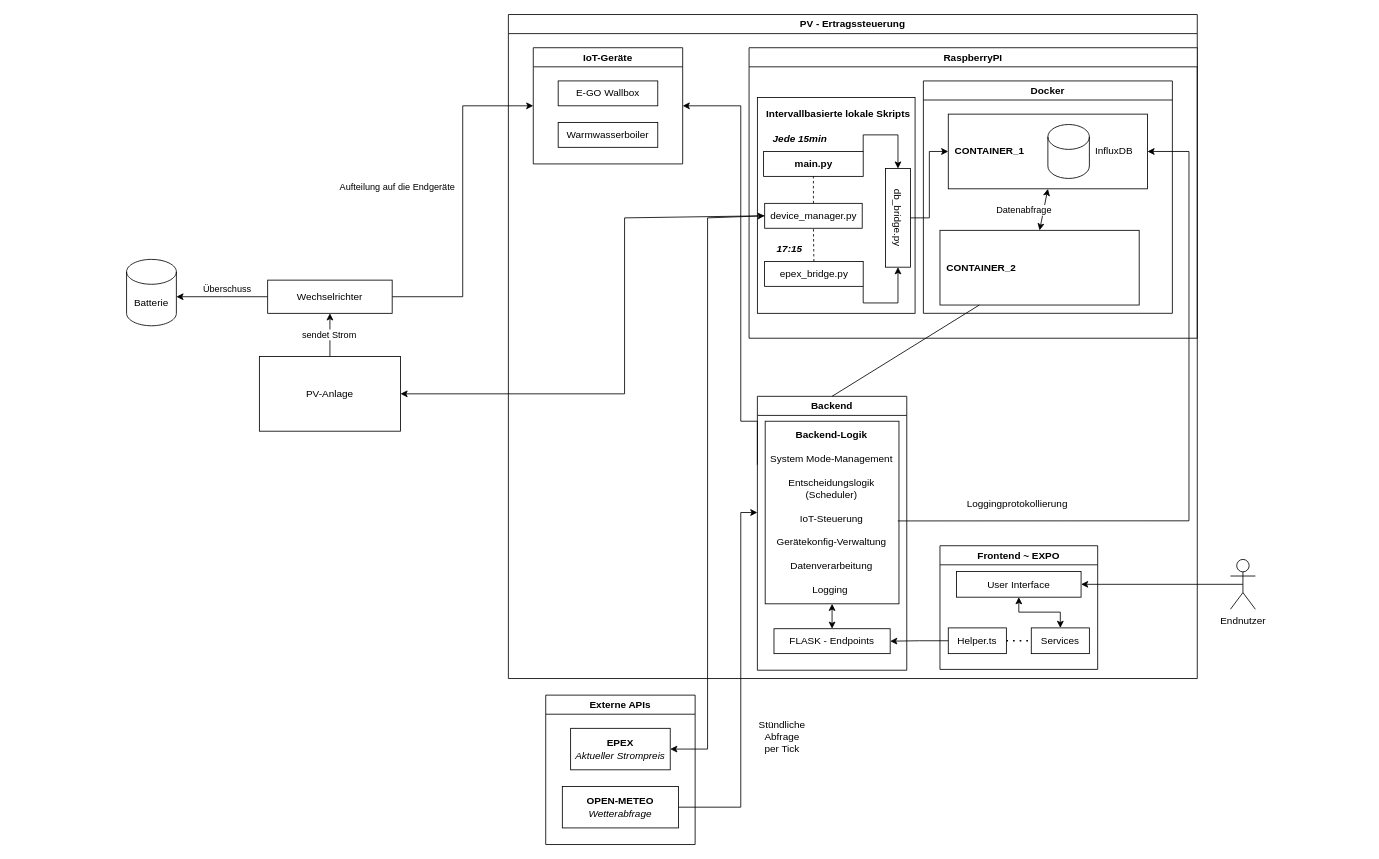
jonasaberger/DIPL_Ertragssteuerung_PV keeps this draw.io diagram as 00_Docs/02_Diagramme/PV-Ertragssteuerung.drawio. Above is the earlier version. Source tidied: cells renumbered, new cells numbered last; positions are measured from the earlier drawing's top-left corner, leaving out a move shared by most shapes. Both pictures are drawn from the tidied source at 83%, with x=0, y=0 at pixel (126, 14).
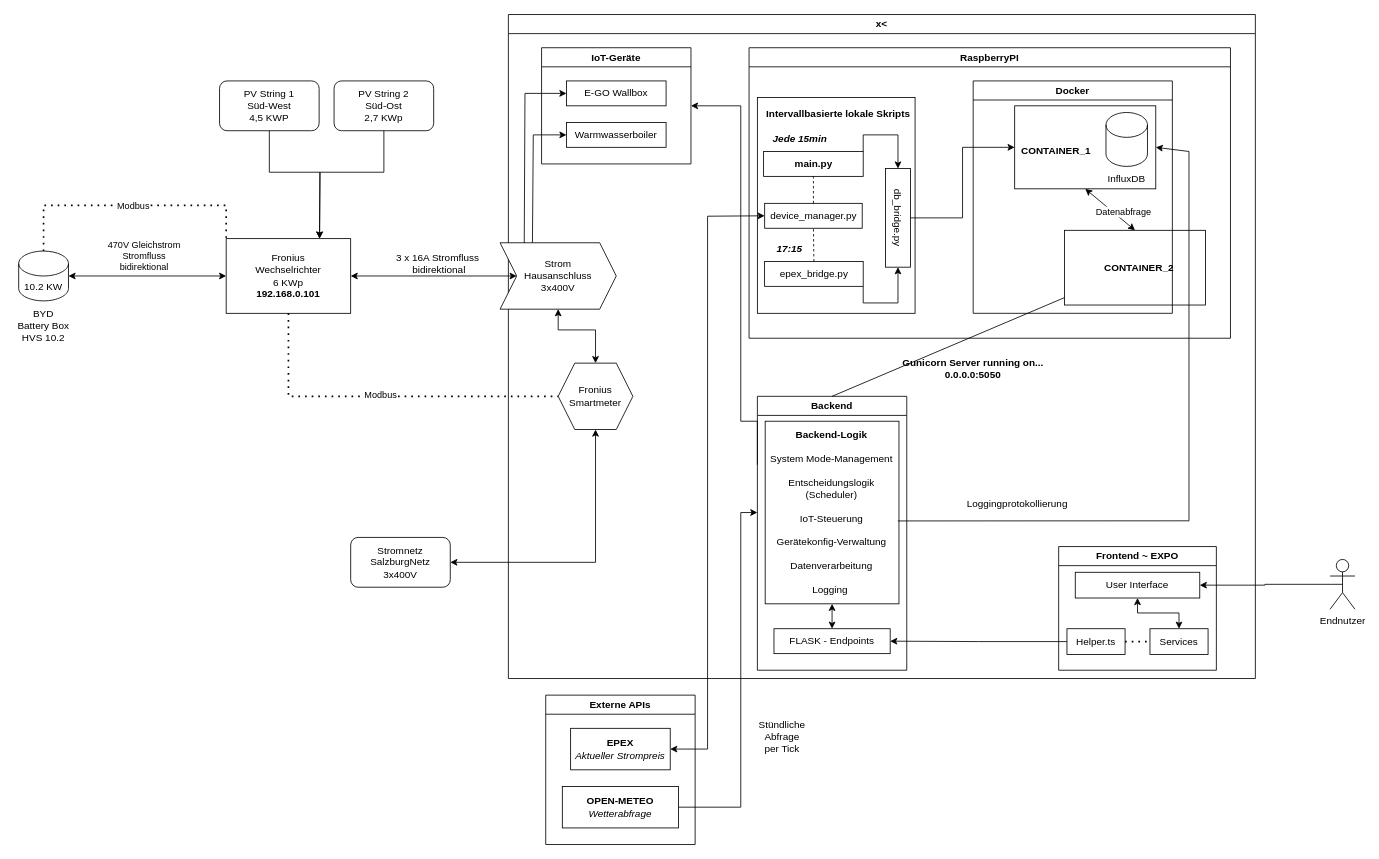
Above is the later version.

Unchanged cells that the change refers to:
```xml
<mxCell id="4" value="Warmwasserboiler" style="rounded=0;whiteSpace=wrap;html=1;" parent="3" vertex="1">
  <mxGeometry x="30" y="90" width="120" height="30" as="geometry" />
</mxCell>
<mxCell id="5" value="E-GO Wallbox" style="rounded=0;whiteSpace=wrap;html=1;" parent="3" vertex="1">
  <mxGeometry x="30" y="40" width="120" height="30" as="geometry" />
</mxCell>
<mxCell id="25" value="device_manager.py" style="rounded=0;whiteSpace=wrap;html=1;" parent="12" vertex="1">
  <mxGeometry x="18.8" y="187.5" width="117.5" height="30" as="geometry" />
</mxCell>
<mxCell id="35" style="edgeStyle=orthogonalEdgeStyle;rounded=0;jettySize=auto;html=1;exitX=0;exitY=0.25;exitDx=0;exitDy=0;entryX=1;entryY=0.5;entryDx=0;entryDy=0;" parent="2" edge="1" source="37" target="3">
  <mxGeometry relative="1" as="geometry">
    <Array as="points">
      <mxPoint x="280" y="490" />
      <mxPoint x="280" y="110" />
    </Array>
  </mxGeometry>
</mxCell>
<mxCell id="56" value="&lt;b&gt;EPEX&lt;/b&gt;&lt;div&gt;&lt;i&gt;Aktueller Strompreis&lt;/i&gt;&lt;/div&gt;" style="rounded=0;whiteSpace=wrap;html=1;" parent="55" vertex="1">
  <mxGeometry x="30" y="40" width="120" height="50" as="geometry" />
</mxCell>
```

Change to the diagram source:
```diff
@@
-    <mxCell id="2" value="PV - Ertragssteuerung" style="swimlane;whiteSpace=wrap;html=1;" parent="1" vertex="1">
-      <mxGeometry x="460" width="830" height="800" as="geometry" />
+    <mxCell id="2" value="x&amp;lt;" style="swimlane;whiteSpace=wrap;html=1;" parent="1" vertex="1">
+      <mxGeometry x="460" width="900" height="800" as="geometry" />
     </mxCell>
     <mxCell id="3" value="IoT-Geräte" style="swimlane;whiteSpace=wrap;html=1;" parent="2" vertex="1">
-      <mxGeometry x="30" y="40" width="180" height="140" as="geometry" />
+      <mxGeometry x="40" y="40" width="180" height="140" as="geometry" />
     </mxCell>
@@
     <mxCell id="6" value="Frontend ~ EXPO" style="swimlane;whiteSpace=wrap;html=1;startSize=23;" parent="2" vertex="1">
-      <mxGeometry x="520" y="640" width="190" height="149" as="geometry" />
+      <mxGeometry x="663" y="641" width="190" height="149" as="geometry" />
     </mxCell>
@@
     <mxCell id="12" value="RaspberryPI" style="swimlane;whiteSpace=wrap;html=1;" parent="2" vertex="1">
-      <mxGeometry x="290" y="40" width="540" height="350" as="geometry" />
+      <mxGeometry x="290" y="40" width="580" height="350" as="geometry" />
     </mxCell>
@@
     <mxCell id="14" value="Docker" style="swimlane;whiteSpace=wrap;html=1;" parent="12" vertex="1">
-      <mxGeometry x="210" y="40" width="300" height="280" as="geometry" />
+      <mxGeometry x="270" y="40" width="240" height="280" as="geometry" />
     </mxCell>
     <mxCell id="15" style="rounded=0;whiteSpace=wrap;html=1;fillColor=none;" parent="14" vertex="1">
-      <mxGeometry x="30" y="40" width="240" height="90" as="geometry" />
+      <mxGeometry x="50" y="30" width="170" height="100" as="geometry" />
     </mxCell>
     <mxCell id="16" style="shape=cylinder3;whiteSpace=wrap;html=1;boundedLbl=1;backgroundOutline=1;size=15;" parent="14" vertex="1">
-      <mxGeometry x="150" y="52.5" width="50" height="65" as="geometry" />
+      <mxGeometry x="160" y="38" width="50" height="65" as="geometry" />
     </mxCell>
     <mxCell id="17" value="InfluxDB" style="text;html=1;align=center;verticalAlign=middle;whiteSpace=wrap;rounded=0;" parent="14" vertex="1">
-      <mxGeometry x="200" y="70" width="60" height="30" as="geometry" />
+      <mxGeometry x="155" y="103" width="60" height="30" as="geometry" />
     </mxCell>
     <mxCell id="18" value="CONTAINER_1" style="text;html=1;align=center;verticalAlign=middle;whiteSpace=wrap;rounded=0;fontStyle=1;" parent="14" vertex="1">
-      <mxGeometry x="50" y="70" width="60" height="30" as="geometry" />
+      <mxGeometry x="70" y="70" width="60" height="30" as="geometry" />
     </mxCell>
@@
     <mxCell id="20" style="group;" parent="14" vertex="1">
-      <mxGeometry x="20" y="180" width="240" height="90" as="geometry" />
+      <mxGeometry x="40" y="180" width="240" height="90" as="geometry" />
     </mxCell>
     <mxCell id="21" style="rounded=0;whiteSpace=wrap;html=1;fillColor=none;" parent="20" vertex="1">
-      <mxGeometry width="240" height="90" as="geometry" />
+      <mxGeometry x="70" width="170" height="90" as="geometry" />
     </mxCell>
     <mxCell id="22" value="CONTAINER_2" style="text;html=1;align=center;verticalAlign=middle;whiteSpace=wrap;rounded=0;fontStyle=1;" parent="20" vertex="1">
-      <mxGeometry x="20" y="30" width="60" height="30" as="geometry" />
+      <mxGeometry x="130" y="30" width="60" height="30" as="geometry" />
     </mxCell>
@@
     <mxCell id="36" value="Datenabfrage" style="edgeLabel;html=1;align=center;verticalAlign=middle;" parent="35" vertex="1">
       <mxGeometry x="-0.66" relative="1" as="geometry">
-        <mxPoint x="340" y="-238" as="offset" />
+        <mxPoint x="460" y="-238" as="offset" />
       </mxGeometry>
     </mxCell>
@@
-    <mxCell id="45" style="edgeStyle=orthogonalEdgeStyle;rounded=0;jettySize=auto;html=1;exitX=1;exitY=0.5;exitDx=0;exitDy=0;entryX=0;entryY=0.5;entryDx=0;entryDy=0;" parent="1" edge="1" source="49" target="3">
-      <mxGeometry relative="1" as="geometry" />
-    </mxCell>
-    <mxCell id="46" value="Aufteilung auf die Endgeräte" style="edgeLabel;html=1;align=center;verticalAlign=middle;" parent="45" vertex="1">
-      <mxGeometry x="0.17" y="1" relative="1" as="geometry">
-        <mxPoint x="-79" y="16" as="offset" />
-      </mxGeometry>
-    </mxCell>
-    <mxCell id="47" style="edgeStyle=orthogonalEdgeStyle;rounded=0;jettySize=auto;html=1;exitX=0;exitY=0.5;exitDx=0;exitDy=0;entryX=1;entryY=0.5;entryDx=0;entryDy=0;" parent="1" edge="1" source="49">
-      <mxGeometry relative="1" as="geometry">
-        <mxPoint x="60" y="340" as="targetPoint" />
-      </mxGeometry>
-    </mxCell>
-    <mxCell id="48" value="Überschuss" style="edgeLabel;html=1;align=center;verticalAlign=middle;" parent="47" vertex="1">
-      <mxGeometry x="0.08" y="2" relative="1" as="geometry">
-        <mxPoint x="10" y="-12" as="offset" />
-      </mxGeometry>
-    </mxCell>
+    <mxCell id="63" value="&lt;b&gt;Gunicorn Server running on... 0.0.0.0:5050&lt;/b&gt;" style="text;html=1;align=center;verticalAlign=middle;whiteSpace=wrap;rounded=0;" parent="2" vertex="1">
+      <mxGeometry x="457" y="412" width="206" height="30" as="geometry" />
+    </mxCell>
+    <mxCell id="64" value="Strom&lt;div&gt;Hausanschluss&lt;/div&gt;&lt;div&gt;3x400V&lt;/div&gt;" style="shape=step;perimeter=stepPerimeter;whiteSpace=wrap;html=1;fixedSize=1;" parent="2" vertex="1">
+      <mxGeometry x="-10" y="275" width="140" height="80" as="geometry" />
+    </mxCell>
+    <mxCell id="65" value="Fronius&lt;div&gt;Smartmeter&lt;/div&gt;" style="shape=hexagon;perimeter=hexagonPerimeter2;whiteSpace=wrap;html=1;fixedSize=1;" parent="2" vertex="1">
+      <mxGeometry x="60" y="420" width="90" height="80" as="geometry" />
+    </mxCell>
+    <mxCell id="66" style="endArrow=classic;startArrow=classic;html=1;rounded=0;entryX=0.5;entryY=1;entryDx=0;entryDy=0;exitX=0.5;exitY=0;exitDx=0;exitDy=0;" parent="2" edge="1" source="65" target="64">
+      <mxGeometry relative="1" as="geometry">
+        <Array as="points">
+          <mxPoint x="105" y="380" />
+          <mxPoint x="60" y="380" />
+        </Array>
+      </mxGeometry>
+    </mxCell>
+    <mxCell id="67" style="endArrow=classic;html=1;rounded=0;entryX=0;entryY=0.5;entryDx=0;entryDy=0;exitX=0.208;exitY=0.004;exitDx=0;exitDy=0;exitPerimeter=0;" parent="2" edge="1" source="64" target="5">
+      <mxGeometry relative="1" as="geometry">
+        <Array as="points">
+          <mxPoint x="20" y="95" />
+        </Array>
+      </mxGeometry>
+    </mxCell>
+    <mxCell id="68" style="endArrow=classic;html=1;rounded=0;entryX=0;entryY=0.5;entryDx=0;entryDy=0;exitX=0.208;exitY=0.004;exitDx=0;exitDy=0;exitPerimeter=0;" parent="2" edge="1" target="4">
+      <mxGeometry relative="1" as="geometry">
+        <mxPoint x="29" y="275" as="sourcePoint" />
+        <Array as="points">
+          <mxPoint x="30" y="145" />
+        </Array>
+      </mxGeometry>
+    </mxCell>
-    <mxCell id="49" value="Wechselrichter" style="rounded=0;whiteSpace=wrap;html=1;" parent="1" vertex="1">
-      <mxGeometry x="170" y="320" width="150" height="40" as="geometry" />
+    <mxCell id="49" value="Fronius&lt;div&gt;Wechselrichter&lt;/div&gt;&lt;div&gt;6 KWp&lt;/div&gt;&lt;div&gt;&lt;b&gt;192.168.0.101&lt;/b&gt;&lt;/div&gt;" style="rounded=0;whiteSpace=wrap;html=1;" parent="1" vertex="1">
+      <mxGeometry x="120" y="270" width="150" height="90" as="geometry" />
     </mxCell>
-    <mxCell id="50" style="edgeStyle=orthogonalEdgeStyle;rounded=0;jettySize=auto;html=1;exitX=0.5;exitY=0;exitDx=0;exitDy=0;entryX=0.5;entryY=1;entryDx=0;entryDy=0;" parent="1" edge="1" source="52" target="49">
-      <mxGeometry relative="1" as="geometry" />
-    </mxCell>
-    <mxCell id="51" value="sendet Strom" style="edgeLabel;html=1;align=center;verticalAlign=middle;" parent="50" vertex="1">
-      <mxGeometry x="0.05" y="2" relative="1" as="geometry" />
-    </mxCell>
-    <mxCell id="52" value="PV-Anlage" style="rounded=0;whiteSpace=wrap;html=1;" parent="1" vertex="1">
-      <mxGeometry x="160" y="412" width="170" height="90" as="geometry" />
-    </mxCell>
@@
     <mxCell id="54" value="Endnutzer" style="shape=umlActor;verticalLabelPosition=bottom;verticalAlign=top;html=1;outlineConnect=0;" parent="1" vertex="1">
-      <mxGeometry x="1330" y="656.5" width="30" height="60" as="geometry" />
+      <mxGeometry x="1450" y="656.5" width="30" height="60" as="geometry" />
     </mxCell>
@@
-    <mxCell id="58" value="Batterie" style="shape=cylinder3;whiteSpace=wrap;html=1;boundedLbl=1;backgroundOutline=1;size=15;" parent="1" vertex="1">
-      <mxGeometry y="295" width="60" height="80" as="geometry" />
-    </mxCell>
@@
     <mxCell id="61" style="endArrow=classic;startArrow=classic;html=1;rounded=0;exitX=1;exitY=0.5;exitDx=0;exitDy=0;entryX=0;entryY=0.5;entryDx=0;entryDy=0;" parent="1" edge="1" source="56" target="25">
       <mxGeometry relative="1" as="geometry">
         <Array as="points">
           <mxPoint x="700" y="885" />
-          <mxPoint x="700" y="245" />
+          <mxPoint x="700" y="243" />
         </Array>
       </mxGeometry>
     </mxCell>
-    <mxCell id="62" style="endArrow=classic;html=1;rounded=0;entryX=1;entryY=0.5;entryDx=0;entryDy=0;exitX=0;exitY=0.5;exitDx=0;exitDy=0;" parent="1" edge="1" source="25" target="52">
-      <mxGeometry relative="1" as="geometry">
-        <Array as="points">
-          <mxPoint x="600" y="245" />
-          <mxPoint x="600" y="457" />
-        </Array>
-      </mxGeometry>
-    </mxCell>
+    <mxCell id="69" value="PV String 1&lt;div&gt;Süd-West&lt;/div&gt;&lt;div&gt;4,5 KWP&lt;/div&gt;" style="rounded=1;whiteSpace=wrap;html=1;" parent="1" vertex="1">
+      <mxGeometry x="112" y="80" width="120" height="60" as="geometry" />
+    </mxCell>
+    <mxCell id="70" value="PV String 2&lt;div&gt;Süd-Ost&lt;/div&gt;&lt;div&gt;2,7 KWp&lt;/div&gt;" style="rounded=1;whiteSpace=wrap;html=1;" parent="1" vertex="1">
+      <mxGeometry x="250" y="80" width="120" height="60" as="geometry" />
+    </mxCell>
+    <mxCell id="71" value="10.2 KW" style="shape=cylinder3;whiteSpace=wrap;html=1;boundedLbl=1;backgroundOutline=1;size=15;" parent="1" vertex="1">
+      <mxGeometry x="-130" y="285" width="60" height="60" as="geometry" />
+    </mxCell>
+    <mxCell id="72" value="BYD&lt;div&gt;Battery Box&lt;/div&gt;&lt;div&gt;HVS 10.2&lt;/div&gt;" style="text;html=1;align=center;verticalAlign=middle;whiteSpace=wrap;rounded=0;" parent="1" vertex="1">
+      <mxGeometry x="-135" y="360" width="70" height="30" as="geometry" />
+    </mxCell>
+    <mxCell id="73" style="endArrow=classic;startArrow=classic;html=1;rounded=0;entryX=0;entryY=0.5;entryDx=0;entryDy=0;exitX=1;exitY=0.5;exitDx=0;exitDy=0;exitPerimeter=0;" parent="1" edge="1" source="71" target="49">
+      <mxGeometry relative="1" as="geometry" />
+    </mxCell>
+    <mxCell id="74" value="470V Gleichstrom&lt;div&gt;Stromfluss&lt;/div&gt;&lt;div&gt;bidirektional&lt;/div&gt;" style="edgeLabel;html=1;align=center;verticalAlign=middle;" parent="73" vertex="1">
+      <mxGeometry x="-0.07" y="1" relative="1" as="geometry">
+        <mxPoint x="2" y="-24" as="offset" />
+      </mxGeometry>
+    </mxCell>
+    <mxCell id="75" style="endArrow=none;dashed=1;html=1;dashPattern=1 3;strokeWidth=2;rounded=0;entryX=0;entryY=0;entryDx=0;entryDy=0;exitX=0.5;exitY=0;exitDx=0;exitDy=0;exitPerimeter=0;" parent="1" edge="1" source="71" target="49">
+      <mxGeometry relative="1" as="geometry">
+        <Array as="points">
+          <mxPoint x="-100" y="230" />
+          <mxPoint x="120" y="230" />
+        </Array>
+      </mxGeometry>
+    </mxCell>
+    <mxCell id="76" value="Modbus" style="edgeLabel;html=1;align=center;verticalAlign=middle;" parent="75" vertex="1">
+      <mxGeometry x="0.03" relative="1" as="geometry" />
+    </mxCell>
+    <mxCell id="77" style="endArrow=classic;html=1;rounded=0;entryX=0.75;entryY=0;entryDx=0;entryDy=0;exitX=0.5;exitY=1;exitDx=0;exitDy=0;" parent="1" edge="1" source="69" target="49">
+      <mxGeometry relative="1" as="geometry">
+        <Array as="points">
+          <mxPoint x="172" y="190" />
+          <mxPoint x="233" y="190" />
+        </Array>
+      </mxGeometry>
+    </mxCell>
+    <mxCell id="78" style="endArrow=classic;html=1;rounded=0;entryX=0.75;entryY=0;entryDx=0;entryDy=0;exitX=0.5;exitY=1;exitDx=0;exitDy=0;" parent="1" edge="1" source="70" target="49">
+      <mxGeometry relative="1" as="geometry">
+        <Array as="points">
+          <mxPoint x="310" y="190" />
+          <mxPoint x="233" y="190" />
+        </Array>
+      </mxGeometry>
+    </mxCell>
+    <mxCell id="79" style="endArrow=classic;startArrow=classic;html=1;rounded=0;entryX=0;entryY=0.5;entryDx=0;entryDy=0;exitX=1;exitY=0.5;exitDx=0;exitDy=0;" parent="1" edge="1" source="49" target="64">
+      <mxGeometry relative="1" as="geometry" />
+    </mxCell>
+    <mxCell id="80" value="3 x 16A Stromfluss&lt;div&gt;&amp;nbsp;bidirektional&lt;/div&gt;" style="text;html=1;align=center;verticalAlign=middle;whiteSpace=wrap;rounded=0;" parent="1" vertex="1">
+      <mxGeometry x="290" y="285" width="170" height="30" as="geometry" />
+    </mxCell>
+    <mxCell id="81" value="Stromnetz&lt;div&gt;SalzburgNetz&lt;/div&gt;&lt;div&gt;3x400V&lt;/div&gt;" style="rounded=1;whiteSpace=wrap;html=1;" parent="1" vertex="1">
+      <mxGeometry x="270" y="630" width="120" height="60" as="geometry" />
+    </mxCell>
+    <mxCell id="82" style="endArrow=classic;startArrow=classic;html=1;rounded=0;entryX=0.5;entryY=1;entryDx=0;entryDy=0;exitX=1;exitY=0.5;exitDx=0;exitDy=0;" parent="1" edge="1" source="81" target="65">
+      <mxGeometry relative="1" as="geometry">
+        <Array as="points">
+          <mxPoint x="565" y="660" />
+        </Array>
+      </mxGeometry>
+    </mxCell>
+    <mxCell id="83" style="endArrow=none;dashed=1;html=1;dashPattern=1 3;strokeWidth=2;rounded=0;entryX=0;entryY=0.5;entryDx=0;entryDy=0;exitX=0.5;exitY=1;exitDx=0;exitDy=0;" parent="1" edge="1" source="49" target="65">
+      <mxGeometry relative="1" as="geometry">
+        <Array as="points">
+          <mxPoint x="195" y="460" />
+        </Array>
+      </mxGeometry>
+    </mxCell>
+    <mxCell id="84" value="Modbus" style="edgeLabel;html=1;align=center;verticalAlign=middle;" parent="83" vertex="1">
+      <mxGeometry x="-0.01" y="2" relative="1" as="geometry" />
+    </mxCell>
```
